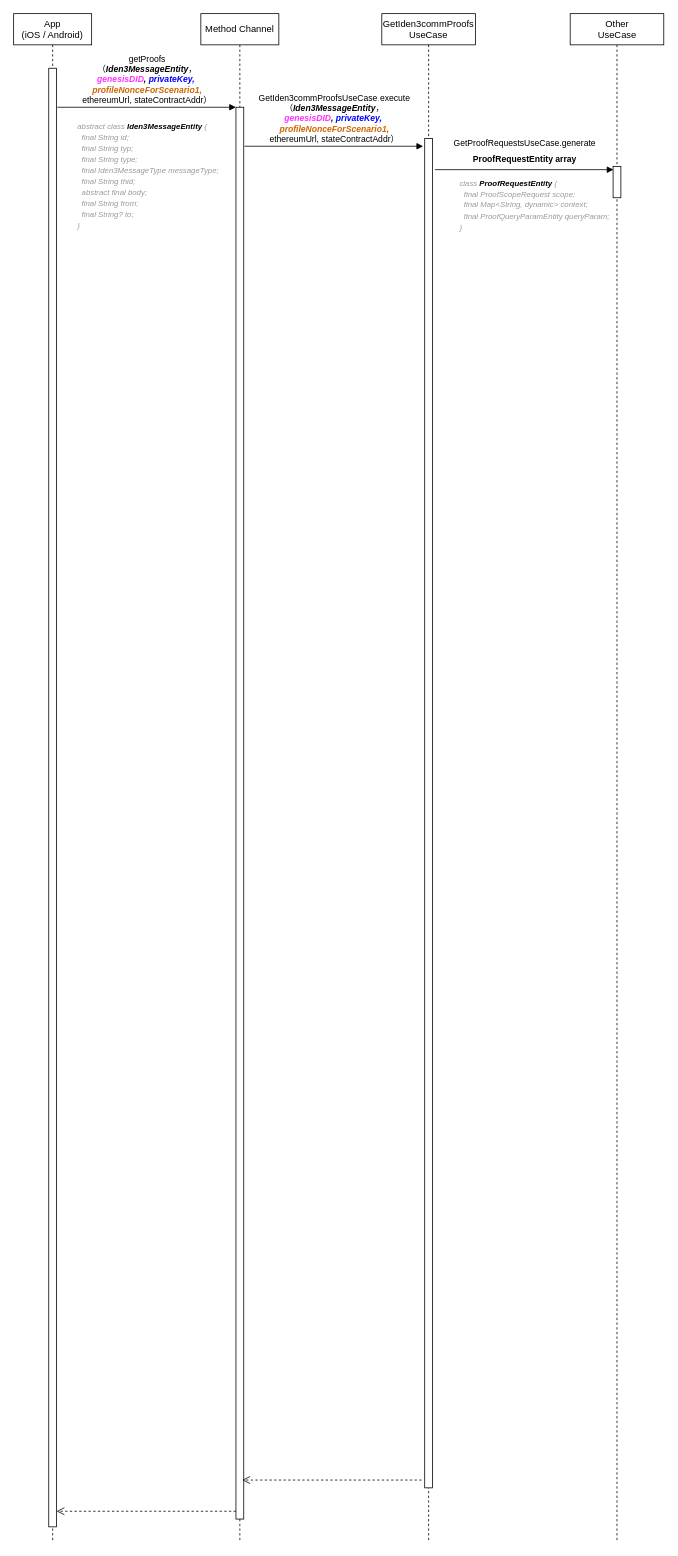
yushihang/yushihang.github.io keeps this draw.io diagram as draw.io/did/polygonid-getproofs.drawio. Above is the earlier version. Source tidied: cells renumbered, new cells numbered last; positions are measured from the earlier drawing's top-left corner, leaving out a move shared by most shapes. Both pictures are drawn from the tidied source at 78%, with x=0, y=0 at pixel (13, 13).
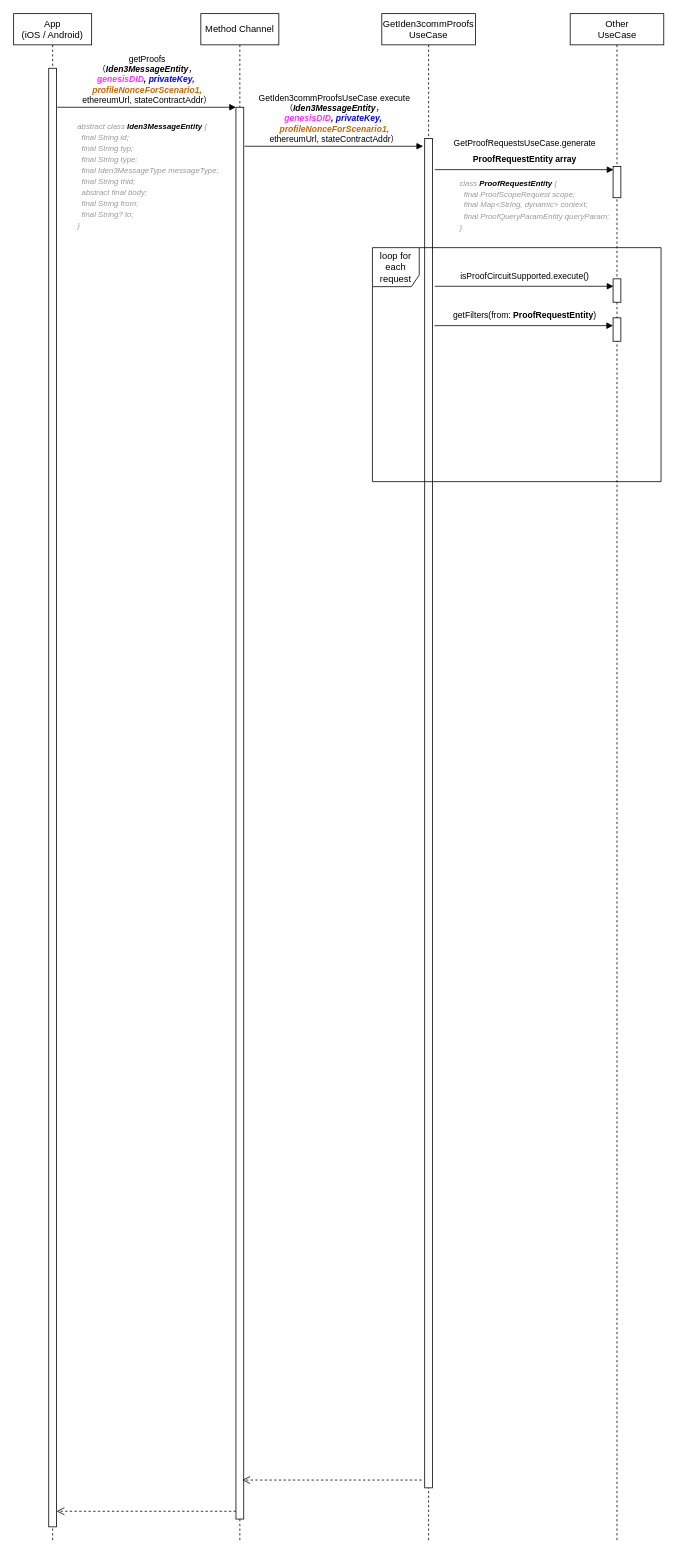
After the change.

Unchanged cells that the change refers to:
```xml
<mxCell id="12" value="Other&lt;br&gt;UseCase" style="shape=umlLifeline;perimeter=lifelinePerimeter;whiteSpace=wrap;html=1;newEdgeStyle={&quot;curved&quot;:0,&quot;rounded&quot;:0};" parent="1" vertex="1">
  <mxGeometry x="713.5" width="120" height="1960" as="geometry" />
</mxCell>
```

Change to the diagram source:
```diff
@@
+    <mxCell id="17" style="html=1;perimeter=orthogonalPerimeter;targetShapes=umlLifeline;newEdgeStyle={&quot;curved&quot;:0,&quot;rounded&quot;:0};" parent="12" vertex="1">
+      <mxGeometry x="55" y="390" width="10" height="30" as="geometry" />
+    </mxCell>
@@
+    <mxCell id="18" value="loop for each request" style="shape=umlFrame;whiteSpace=wrap;html=1;width=60;height=50;" parent="1" vertex="1">
+      <mxGeometry x="460" y="300" width="370" height="300" as="geometry" />
+    </mxCell>
+    <mxCell id="19" style="html=1;perimeter=orthogonalPerimeter;targetShapes=umlLifeline;newEdgeStyle={&quot;curved&quot;:0,&quot;rounded&quot;:0};" parent="1" vertex="1">
+      <mxGeometry x="768.5" y="340" width="10" height="30" as="geometry" />
+    </mxCell>
+    <mxCell id="20" value="&lt;div style=&quot;line-height: 120%;&quot;&gt;&lt;div style=&quot;line-height: 21px;&quot;&gt;&lt;div style=&quot;line-height: 21px;&quot;&gt;&lt;div style=&quot;line-height: 21px;&quot;&gt;&lt;span style=&quot;background-color: rgb(255, 255, 255);&quot;&gt;&lt;font style=&quot;font-size: 11px;&quot; face=&quot;Helvetica&quot;&gt;isProofCircuitSupported.execute()&lt;/font&gt;&lt;/span&gt;&lt;/div&gt;&lt;/div&gt;&lt;/div&gt;&lt;/div&gt;&lt;div style=&quot;line-height: 21px;&quot;&gt;&lt;/div&gt;" style="html=1;verticalAlign=bottom;endArrow=block;curved=0;rounded=0;sourcePerimeterSpacing=0;entryX=0;entryY=0;entryDx=0;entryDy=5;entryPerimeter=0;" parent="1" edge="1">
+      <mxGeometry relative="1" as="geometry">
+        <mxPoint x="540" y="349.5" as="sourcePoint" />
+        <mxPoint x="769" y="349.5" as="targetPoint" />
+      </mxGeometry>
+    </mxCell>
+    <mxCell id="21" value="&lt;div style=&quot;line-height: 120%;&quot;&gt;&lt;div style=&quot;line-height: 21px;&quot;&gt;&lt;div style=&quot;line-height: 21px;&quot;&gt;&lt;div style=&quot;line-height: 21px;&quot;&gt;&lt;font style=&quot;font-size: 11px;&quot; face=&quot;Helvetica&quot;&gt;getFilters(from:&amp;nbsp;&lt;/font&gt;&lt;b style=&quot;border-color: var(--border-color);&quot;&gt;ProofRequestEntity&lt;/b&gt;)&lt;/div&gt;&lt;/div&gt;&lt;/div&gt;&lt;/div&gt;&lt;div style=&quot;line-height: 21px;&quot;&gt;&lt;/div&gt;" style="html=1;verticalAlign=bottom;endArrow=block;curved=0;rounded=0;sourcePerimeterSpacing=0;entryX=0;entryY=0;entryDx=0;entryDy=5;entryPerimeter=0;" parent="1" edge="1">
+      <mxGeometry relative="1" as="geometry">
+        <mxPoint x="539.5" y="400" as="sourcePoint" />
+        <mxPoint x="768.5" y="400" as="targetPoint" />
+      </mxGeometry>
+    </mxCell>
```
